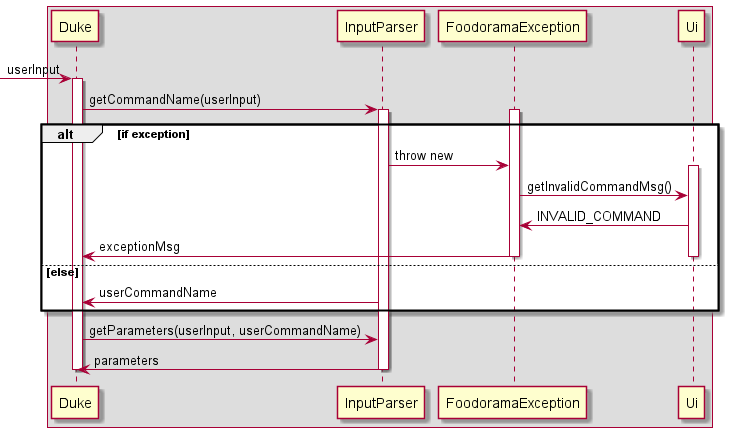
Above: docs/images/input_parser_sequence.png in nus-cs2113-AY2122S1/tp (PlantUML), before the change.
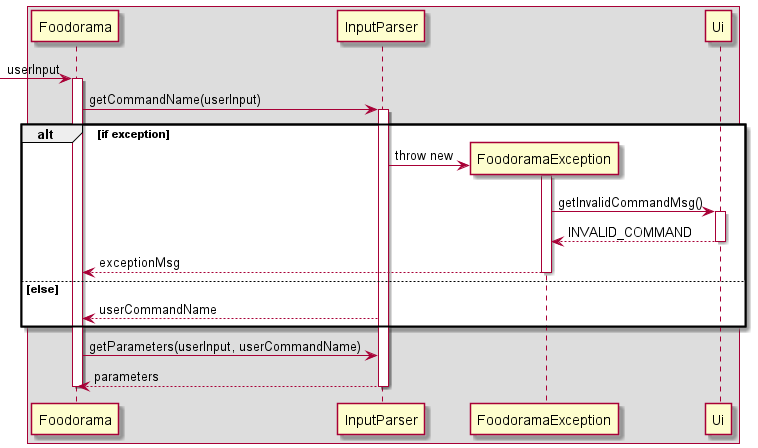
After the change.

Change to the diagram source:
```diff
@@ -1,27 +1,32 @@
 @startuml
 
 Box
--> Duke: userInput
-activate Duke
-Duke -> InputParser: getCommandName(userInput)
+-> Foodorama: userInput
+activate Foodorama
+Foodorama -> InputParser: getCommandName(userInput)
 activate InputParser
+alt if exception
+
+create FoodoramaException
+InputParser -> FoodoramaException: throw new
 activate FoodoramaException
-  alt if exception
-InputParser -> FoodoramaException: throw new
+
+FoodoramaException -> Ui: getInvalidCommandMsg()
 activate Ui
-FoodoramaException -> Ui: getInvalidCommandMsg()
-FoodoramaException<- Ui : INVALID_COMMAND
-FoodoramaException -> Duke: exceptionMsg
+FoodoramaException<-- Ui : INVALID_COMMAND
 deactivate Ui
+FoodoramaException --> Foodorama: exceptionMsg
+
 deactivate FoodoramaException
+
 else else
-InputParser -> Duke: userCommandName
+InputParser --> Foodorama: userCommandName
 end
-Duke -> InputParser: getParameters(userInput, userCommandName)
-InputParser -> Duke: parameters
+Foodorama -> InputParser: getParameters(userInput, userCommandName)
+InputParser --> Foodorama: parameters
 deactivate InputParser
 
 
-deactivate Duke
+deactivate Foodorama
 
 @enduml
```
